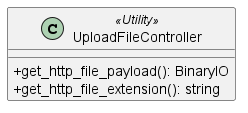
The PlantUML diagram src/PB/DocumentazioneEsterna/Specifica_Tecnica/content/05-diagrammi-classi/uml/png/ImportDevice/UploadFileController.png in GroupRubberDuck/Documentazione, before a commit. Its diagram source:
```plantuml
@startuml UploadFileController
skinparam classAttributeIconSize 0

class UploadFileController <<Utility>> {
    + get_http_file_payload(): BinaryIO
    + get_http_file_extension(): string
}



@enduml
```
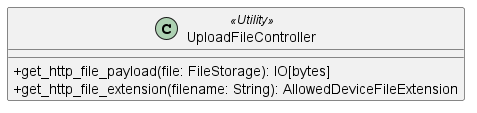
Later version of the same file.

Change to the diagram source:
```diff
@@ -2,10 +2,8 @@
 skinparam classAttributeIconSize 0
 
 class UploadFileController <<Utility>> {
-    + get_http_file_payload(): BinaryIO
-    + get_http_file_extension(): string
+    + get_http_file_payload(file: FileStorage): IO[bytes]
+    + get_http_file_extension(filename: String): AllowedDeviceFileExtension
 }
 
-
-
 @enduml
```
